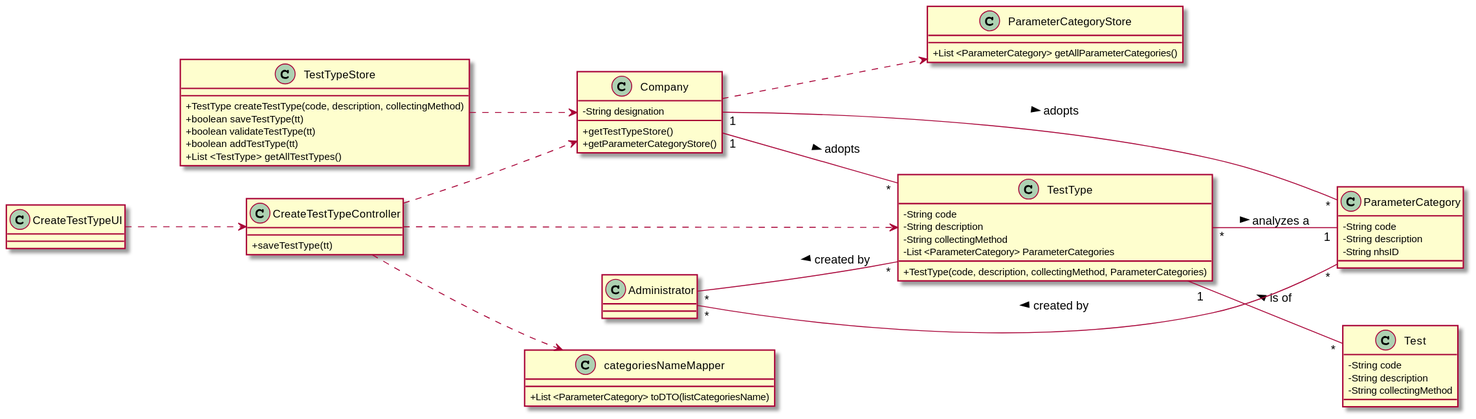
0franciscor/lei-21-s2-1de-g19 keeps this PlantUML diagram as docs/SprintB/US09/US09-CD.svg. Above is the earlier version.
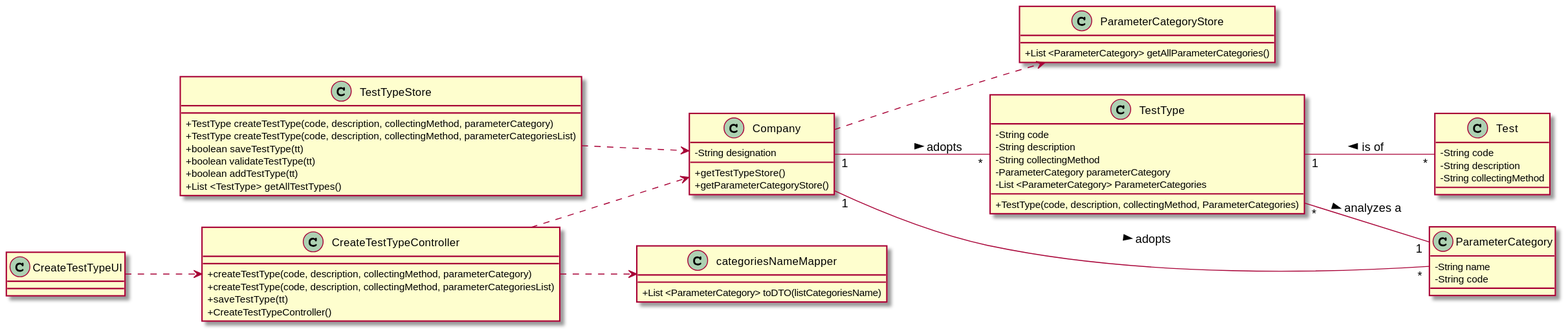
After the commit.

Commit message:
Alteração de diagramas da US9 e US11

Change to the diagram source:
```diff
@@ -13,7 +13,8 @@
 }
 
 class "TestTypeStore" as TTS{
-+TestType createTestType(code, description, collectingMethod)
++TestType createTestType(code, description, collectingMethod, parameterCategory)
++TestType createTestType(code, description, collectingMethod, parameterCategoriesList)
 +boolean saveTestType(tt)
 +boolean validateTestType(tt)
 +boolean addTestType(tt)
@@ -28,12 +29,16 @@
 -String code
 -String description
 -String collectingMethod
+-ParameterCategory parameterCategory
 -List <ParameterCategory> ParameterCategories
 +TestType(code, description, collectingMethod, ParameterCategories)
 }
 
 class "CreateTestTypeController" as CTTC {
++createTestType(code, description, collectingMethod, parameterCategory)
++createTestType(code, description, collectingMethod, parameterCategoriesList)
 +saveTestType(tt)
++CreateTestTypeController()
 }
 
 class "Test" as T{
@@ -43,15 +48,13 @@
 }
 
 class "ParameterCategory" as PC{
+-String name
 -String code
--String description
--String nhsID
 }
 
 class "CreateTestTypeUI" as CTTUI
 class "TestType" as TT
 class "CreateTestTypeController" as CTTC
-class "Administrator" as admin
 
 CTTUI ..> CTTC
 
@@ -59,7 +62,7 @@
 
 TTS ..> C
 
-CTTC ..> TT
+
 CTTC ..> C
 CTTC ..> cNM
 
@@ -70,9 +73,4 @@
 C "1" -- "*" TT : > adopts
 C "1" -- "*" PC : > adopts
 
-admin "*" -- "*" PC : < created by
-
-admin "*" -- "*" TT : < created by
-
-
 @enduml
```
